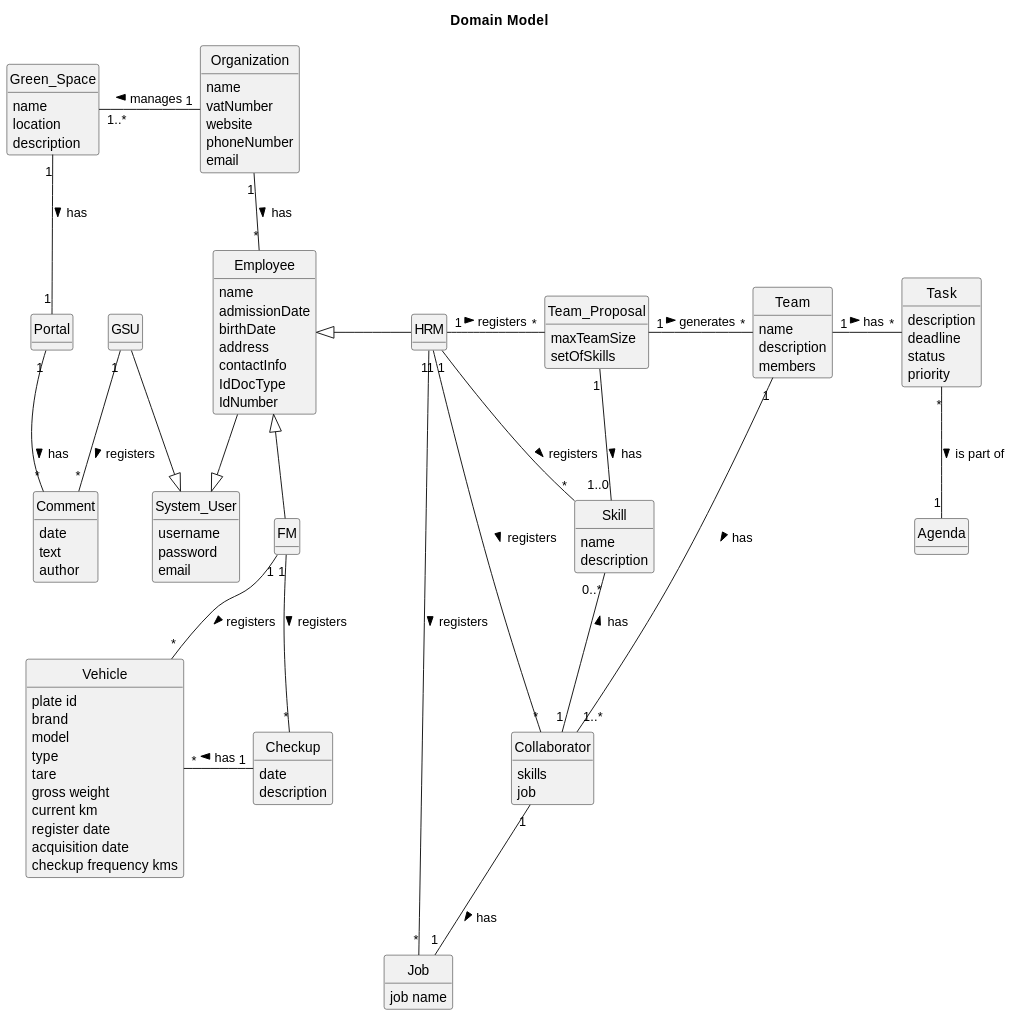
Rui-San/LAPR2_2023_2024 keeps this PlantUML diagram as docs/sprintA/global-artifacts/02.analysis/svg/project-domain-model.svg. Above is the earlier version.
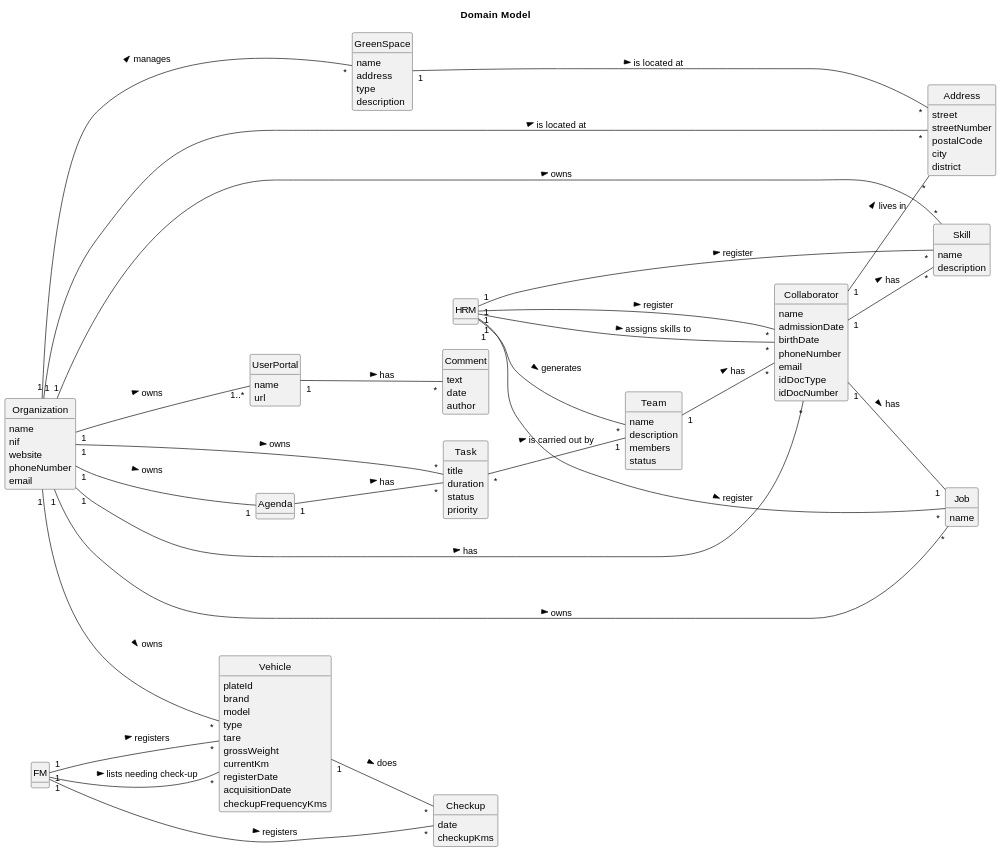
After the change.

Commit message:
Fixed Domain Model Analysis

The edit, as a diff of the source:
```diff
@@ -2,6 +2,7 @@
 skinparam monochrome true
 skinparam packageStyle rectangle
 skinparam shadowing false
+left to right direction
 skinparam classAttributeIconSize 0
 hide circle
 hide methods
@@ -10,20 +11,29 @@
 
 class Organization {
     name
-    vatNumber
+    nif
     website
     phoneNumber
     email
 }
 
-class Employee {
+class Skill{
+    name
+    description
+}
+
+class Collaborator{
     name
     admissionDate
     birthDate
-    address
-    contactInfo
-    IdDocType
-    IdNumber
+    phoneNumber
+    email
+    idDocType
+    idDocNumber
+}
+
+class Job{
+    name
 }
 
 class HRM{
@@ -34,107 +44,88 @@
 
 }
 
-class Collaborator{
-    skills
-    job
-}
-
-class Skill{
+class Team{
     name
     description
-}
-
-class Job{
-    job name
+    members
+    status
 }
 
 class Vehicle{
-    plate id
+    plateId
     brand
     model
     type
     tare
-    gross weight
-    current km
-    register date
-    acquisition date
-    checkup frequency kms
+    grossWeight
+    currentKm
+    registerDate
+    acquisitionDate
+    checkupFrequencyKms
 }
 
 class Checkup{
     date
+    checkupKms
+}
+
+class GreenSpace{
+    name
+    address
+    type
     description
 }
 
-class Team_Proposal{
-    maxTeamSize
-    setOfSkills
-}
-
-class Team{
-    name
-    description
-    members
-}
-
-class Agenda{
-
+class Address{
+    street
+    streetNumber
+    postalCode
+    city
+    district
 }
 
 class Task{
-    description
-    deadline
+    title
+    duration
     status
     priority
 }
 
-class System_User{
-    username
-    password
-    email
-}
-
-class GSU{
-
-}
-
-class Portal{
-
+class UserPortal{
+    name
+    url
 }
 
 class Comment{
+    text
     date
-    text
     author
 }
 
-class Green_Space{
-    name
-    location
-    description
-}
-
-Organization "1" --left "1..*" Green_Space : "manages >"
-Green_Space "1" -- "1" Portal : "has >"
-GSU --|> System_User
-Employee --|> System_User
-Organization "1" -- "*" Employee : "has >"
-HRM --left|> Employee
-FM --up|> Employee
-HRM "1" --down "*" Job : "registers >"
-HRM "1" -- "*" Collaborator : "registers >"
-HRM "1" -- "*" Skill : "registers >"
-Collaborator "1" --up "0..*" Skill : "has >"
+UserPortal "1" -- "*" Comment : "has >"
+Organization "1" -- "1..*" UserPortal : "owns >"
+Agenda "1" -- "*" Task : "has >"
+Task "*" -- "1" Team : "is carried out by >"
+Organization "1" -- "*" Task : "owns >"
+Organization "1" -- "1" Agenda : "owns >"
+Organization "1" -- "*" Address : "is located at >"
+Collaborator "1" -- "*" Address : "lives in >"
+GreenSpace "1" -- "*" Address : "is located at >"
+Organization "1" -- "*" GreenSpace : "manages >"
+Organization "1" -- "*" Skill : "owns >"
+HRM "1" -- "*" Skill : "register >"
+Organization "1" -- "*" Job : "owns >"
+HRM "1" -- "*" Job : "register >"
+HRM "1" -- "*" Collaborator : "register >"
+Organization "1" -- "*" Collaborator : "has >"
+HRM "1" -- "*" Collaborator : "assigns skills to >"
+Collaborator "1" -- "*" Skill : "has >"
 Collaborator "1" -- "1" Job : "has >"
-Checkup "1" --left "*" Vehicle : "has >"
+Team "1" -- "*" Collaborator : "has >"
+HRM "1" -- "*" Team : "generates >"
+Organization "1" -- "*" Vehicle : "owns >"
 FM "1" -- "*" Vehicle : "registers >"
+FM "1" -- "*" Vehicle : "lists needing check-up >"
+Vehicle "1" -- "*" Checkup : "does >"
 FM "1" -- "*" Checkup : "registers >"
-HRM "1" --right "*" Team_Proposal : "registers >"
-Task "*" --down "1" Agenda : "is part of >"
-Team "1" --right "*" Task : "has >"
-Portal "1" -- "*" Comment : "has >"
-GSU "1" -- "*" Comment : "registers >"
-Team_Proposal "1" --right "*" Team : "generates >"
-Team_Proposal "1" --down "1..0" Skill : "has >"
-Team "1" -- "1..*" Collaborator : "has >"
 @enduml
```
